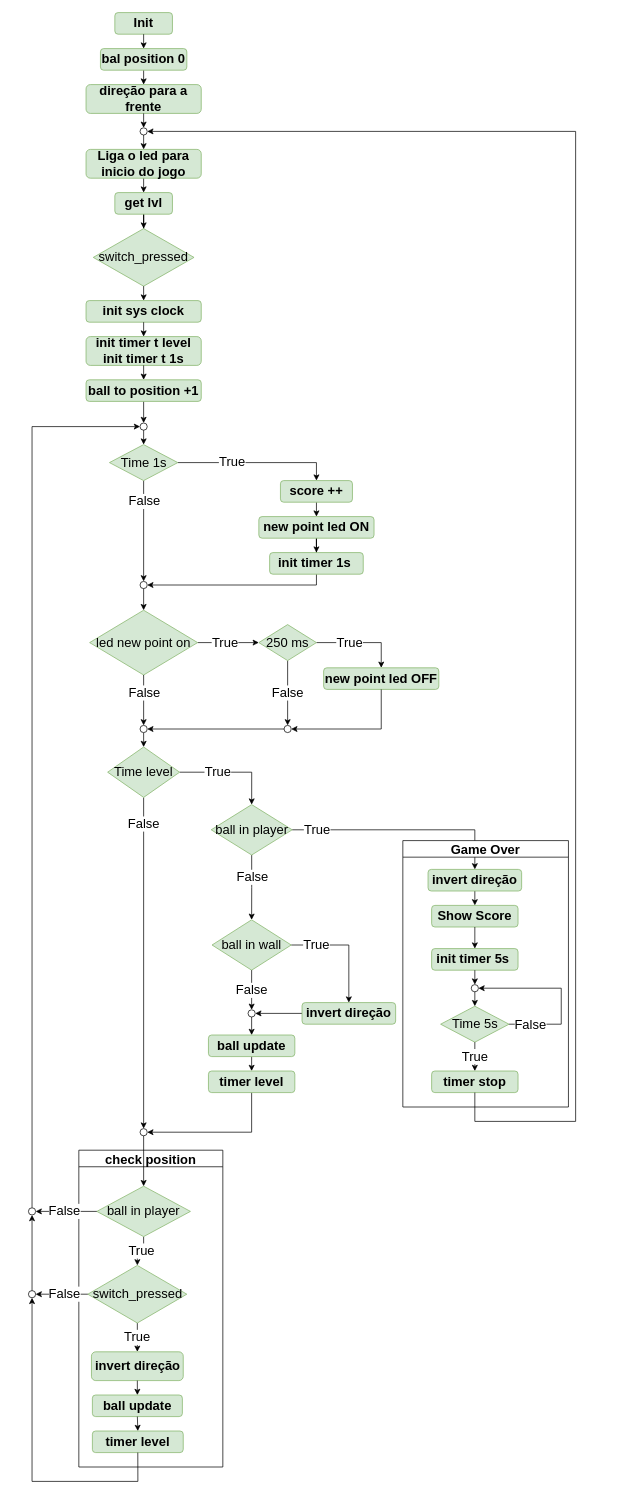
Before: Esquema.drawio in tp323/AC_TP4, a draw.io diagram. Source tidied: cells renumbered, new cells numbered last; positions are measured from the earlier drawing's top-left corner, leaving out a move shared by most shapes. Both pictures are drawn from the tidied source at 72%, with x=0, y=0 at pixel (28, 12).
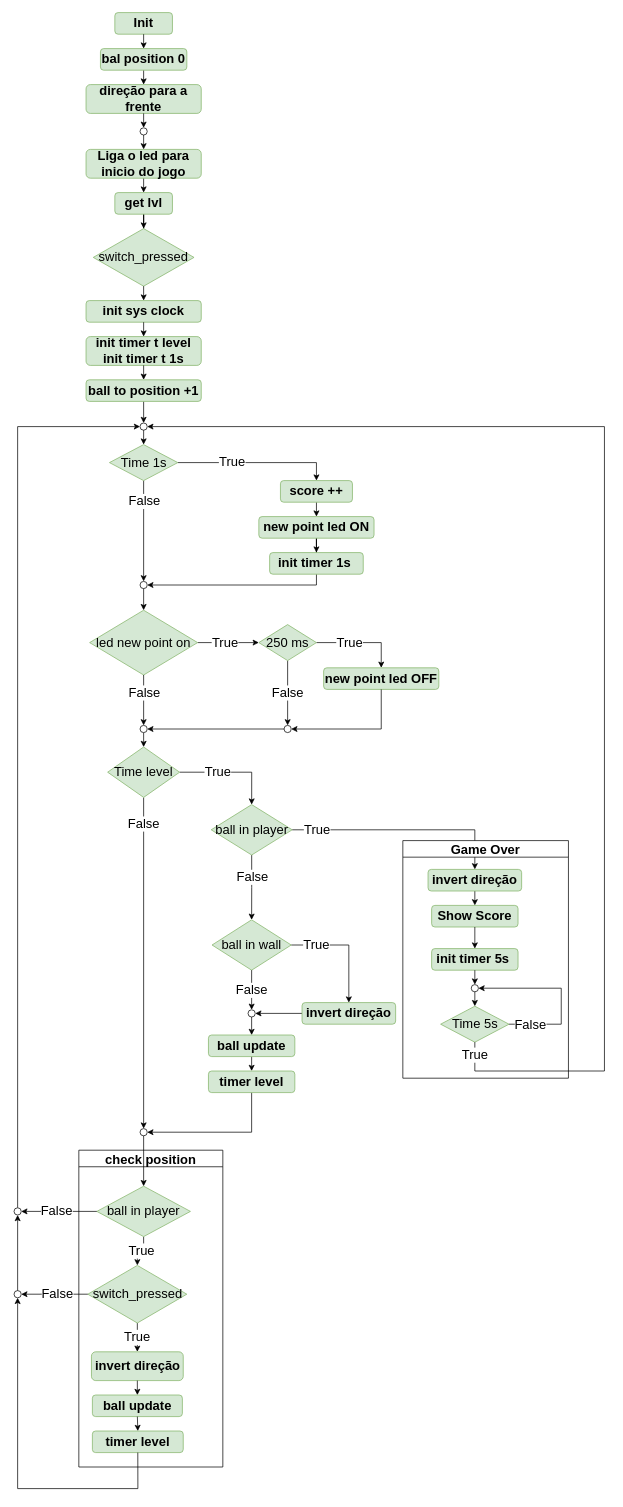
The same page after the edit.

Unchanged cells that the change refers to:
```xml
<mxCell id="7" value="switch_pressed" style="rhombus;whiteSpace=wrap;html=1;fontSize=18;fillColor=#d5e8d4;strokeColor=#82b366;" parent="2" vertex="1">
  <mxGeometry x="12.5" y="160" width="137.5" height="80" as="geometry" />
</mxCell>
<mxCell id="9" value="&lt;span style=&quot;font-size: 18px&quot;&gt;timer level&lt;br&gt;&lt;/span&gt;" style="rounded=1;whiteSpace=wrap;html=1;fontStyle=1;fillColor=#d5e8d4;strokeColor=#82b366;" parent="2" vertex="1">
  <mxGeometry x="18.8" y="390" width="126.2" height="30" as="geometry" />
</mxCell>
<mxCell id="68" style="ellipse;whiteSpace=wrap;html=1;fontSize=18;" parent="1" vertex="1">
  <mxGeometry x="155" y="570" width="10" height="10" as="geometry" />
</mxCell>
<mxCell id="85" value="Time 5s" style="rhombus;whiteSpace=wrap;html=1;fontSize=18;fillColor=#d5e8d4;strokeColor=#82b366;" parent="80" vertex="1">
  <mxGeometry x="52.5" y="230" width="95" height="50" as="geometry" />
</mxCell>
<mxCell id="98" style="ellipse;whiteSpace=wrap;html=1;fontSize=18;" parent="1" vertex="1">
  <mxGeometry x="155" y="160" width="10" height="10" as="geometry" />
</mxCell>
```

Change to the diagram source:
```diff
@@
     <mxCell id="57" style="edgeStyle=orthogonalEdgeStyle;rounded=0;jettySize=auto;html=1;fontSize=27;entryX=0;entryY=0.5;entryDx=0;entryDy=0;exitX=0.5;exitY=0;exitDx=0;exitDy=0;" parent="1" edge="1" source="77" target="68">
       <mxGeometry relative="1" as="geometry">
         <Array as="points">
-          <mxPoint x="5" y="575" />
+          <mxPoint x="-15" y="575" />
         </Array>
       </mxGeometry>
     </mxCell>
@@
     <mxCell id="77" style="ellipse;whiteSpace=wrap;html=1;fontSize=18;" parent="1" vertex="1">
-      <mxGeometry y="1660" width="10" height="10" as="geometry" />
+      <mxGeometry x="-20" y="1660" width="10" height="10" as="geometry" />
     </mxCell>
@@
     <mxCell id="79" value="False" style="edgeStyle=orthogonalEdgeStyle;rounded=0;jettySize=auto;html=1;exitX=0;exitY=0.5;exitDx=0;exitDy=0;fontSize=18;entryX=1;entryY=0.5;entryDx=0;entryDy=0;" parent="1" edge="1" source="7" target="103">
-      <mxGeometry x="-0.1" relative="1" as="geometry">
+      <mxGeometry x="-0.08" relative="1" as="geometry">
         <Array as="points">
           <mxPoint x="50" y="1780" />
           <mxPoint x="50" y="1780" />
         </Array>
       </mxGeometry>
     </mxCell>
     <mxCell id="80" value="Game Over" style="swimlane;fontSize=18;startSize=23;" parent="1" vertex="1">
-      <mxGeometry x="520" y="1150" width="230" height="370" as="geometry" />
+      <mxGeometry x="520" y="1150" width="230" height="330" as="geometry" />
     </mxCell>
@@
-    <mxCell id="92" value="&lt;span style=&quot;font-size: 18px&quot;&gt;timer stop&lt;br&gt;&lt;/span&gt;" style="rounded=1;whiteSpace=wrap;html=1;fontStyle=1;fillColor=#d5e8d4;strokeColor=#82b366;" parent="80" vertex="1">
-      <mxGeometry x="40" y="320" width="120" height="30" as="geometry" />
-    </mxCell>
-    <mxCell id="93" value="True" style="endArrow=classic;html=1;rounded=0;fontSize=18;exitX=0.5;exitY=1;exitDx=0;exitDy=0;entryX=0.5;entryY=0;entryDx=0;entryDy=0;" parent="80" edge="1" source="85" target="92">
-      <mxGeometry relative="1" as="geometry" />
-    </mxCell>
-    <mxCell id="94" style="endArrow=classic;html=1;rounded=0;fontSize=18;exitX=0.5;exitY=1;exitDx=0;exitDy=0;entryX=1;entryY=0.5;entryDx=0;entryDy=0;" parent="1" edge="1" source="92" target="98">
-      <mxGeometry relative="1" as="geometry">
-        <Array as="points">
-          <mxPoint x="620" y="1540" />
-          <mxPoint x="760" y="1540" />
-          <mxPoint x="760" y="165" />
-        </Array>
-      </mxGeometry>
-    </mxCell>
@@
     <mxCell id="102" style="endArrow=classic;html=1;rounded=0;exitX=0.5;exitY=1;exitDx=0;exitDy=0;" parent="1" edge="1" source="9" target="103">
       <mxGeometry relative="1" as="geometry">
         <Array as="points">
-          <mxPoint x="152" y="2040" />
-          <mxPoint x="5" y="2040" />
+          <mxPoint x="152" y="2050" />
+          <mxPoint x="-15" y="2050" />
         </Array>
       </mxGeometry>
     </mxCell>
     <mxCell id="103" style="ellipse;whiteSpace=wrap;html=1;" parent="1" vertex="1">
-      <mxGeometry y="1775" width="10" height="10" as="geometry" />
+      <mxGeometry x="-20" y="1775" width="10" height="10" as="geometry" />
     </mxCell>
@@
+    <mxCell id="93" value="True" style="endArrow=classic;html=1;rounded=0;fontSize=18;exitX=0.5;exitY=1;exitDx=0;exitDy=0;entryX=1;entryY=0.5;entryDx=0;entryDy=0;" parent="1" edge="1" source="85" target="68">
+      <mxGeometry x="-0.98" relative="1" as="geometry">
+        <Array as="points">
+          <mxPoint x="620" y="1470" />
+          <mxPoint x="800" y="1470" />
+          <mxPoint x="800" y="575" />
+        </Array>
+      </mxGeometry>
+    </mxCell>
```
